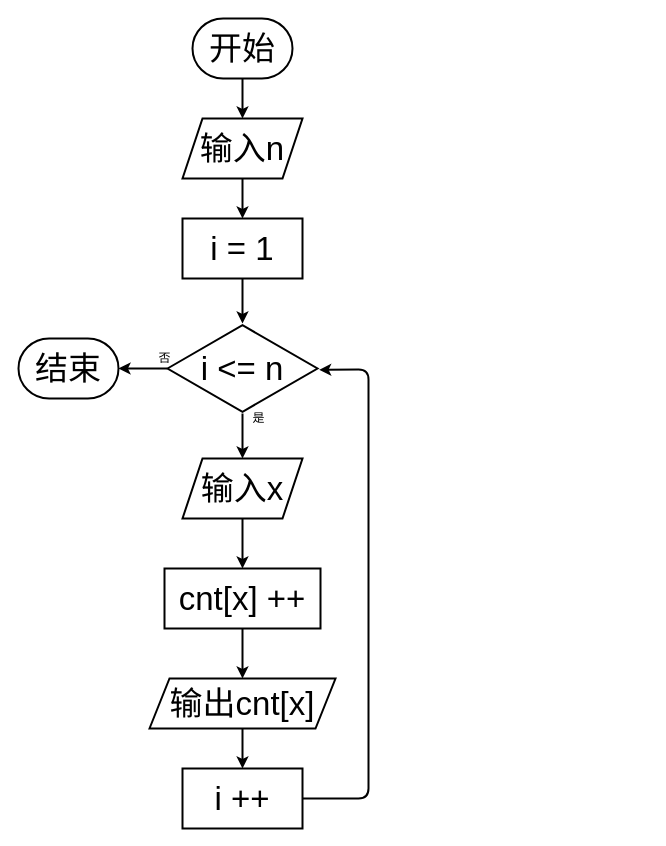
Earlier version of the draw.io diagram Untitled Diagram.drawio (sara1024/-CCF201412-2-Z-). Source tidied: cells renumbered, new cells numbered last; positions are measured from the earlier drawing's top-left corner, leaving out a move shared by most shapes. Both pictures are drawn from the tidied source at 100%, with x=0, y=0 at pixel (18, 18).
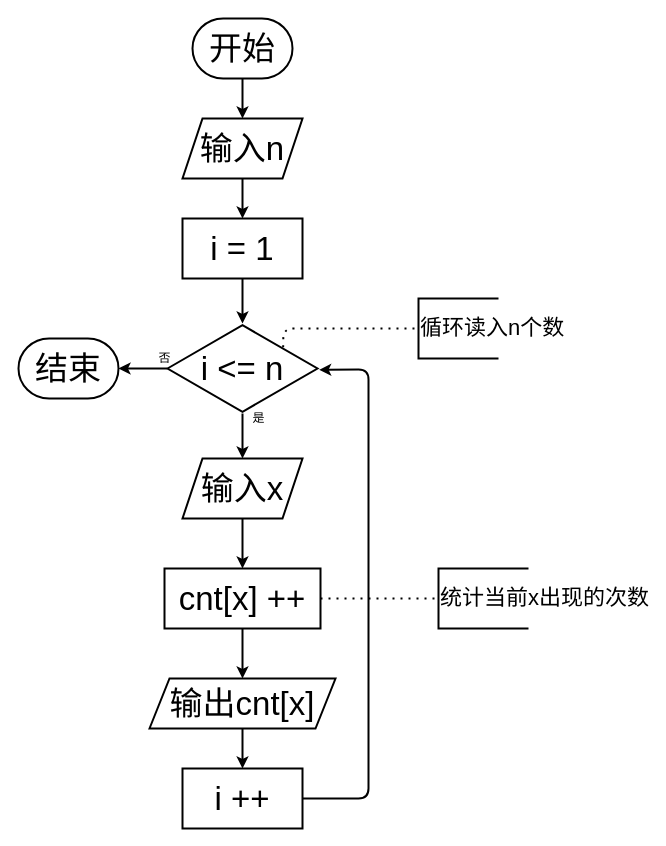
After the change.

Unchanged cells that the change refers to:
```xml
<mxCell id="10" value="&lt;font style=&quot;font-size: 33px&quot;&gt;i &amp;lt;= n&lt;/font&gt;" style="html=1;whiteSpace=wrap;shape=isoRectangle;strokeWidth=2;" parent="1" vertex="1">
  <mxGeometry x="149" y="305" width="150" height="90" as="geometry" />
</mxCell>
<mxCell id="14" value="&lt;font style=&quot;font-size: 33px&quot;&gt;cnt[x] ++&lt;/font&gt;" style="rounded=0;whiteSpace=wrap;html=1;strokeWidth=2;" parent="1" vertex="1">
  <mxGeometry x="146" y="550" width="156" height="60" as="geometry" />
</mxCell>
```

Diff of the diagram source:
```diff
@@
+    <mxCell id="22" value="&lt;font style=&quot;font-size: 22px&quot;&gt;循环读入n个数&lt;/font&gt;" style="strokeWidth=2;html=1;shape=mxgraph.flowchart.annotation_1;align=left;" parent="1" vertex="1">
+      <mxGeometry x="400" y="280" width="80" height="60" as="geometry" />
+    </mxCell>
+    <mxCell id="23" style="endArrow=none;dashed=1;html=1;dashPattern=1 3;strokeWidth=2;exitX=0.771;exitY=0.263;exitDx=0;exitDy=0;exitPerimeter=0;entryX=0;entryY=0.5;entryDx=0;entryDy=0;entryPerimeter=0;" parent="1" edge="1" source="10" target="22">
+      <mxGeometry relative="1" as="geometry">
+        <Array as="points">
+          <mxPoint x="265" y="310" />
+        </Array>
+      </mxGeometry>
+    </mxCell>
+    <mxCell id="24" value="&lt;font style=&quot;font-size: 22px&quot;&gt;统计当前x出现的次数&lt;/font&gt;" style="strokeWidth=2;html=1;shape=mxgraph.flowchart.annotation_1;align=left;" parent="1" vertex="1">
+      <mxGeometry x="420" y="550" width="90" height="60" as="geometry" />
+    </mxCell>
+    <mxCell id="25" style="endArrow=none;dashed=1;html=1;dashPattern=1 3;strokeWidth=2;exitX=1;exitY=0.5;exitDx=0;exitDy=0;entryX=0;entryY=0.5;entryDx=0;entryDy=0;entryPerimeter=0;" parent="1" edge="1" source="14" target="24">
+      <mxGeometry relative="1" as="geometry" />
+    </mxCell>
```
